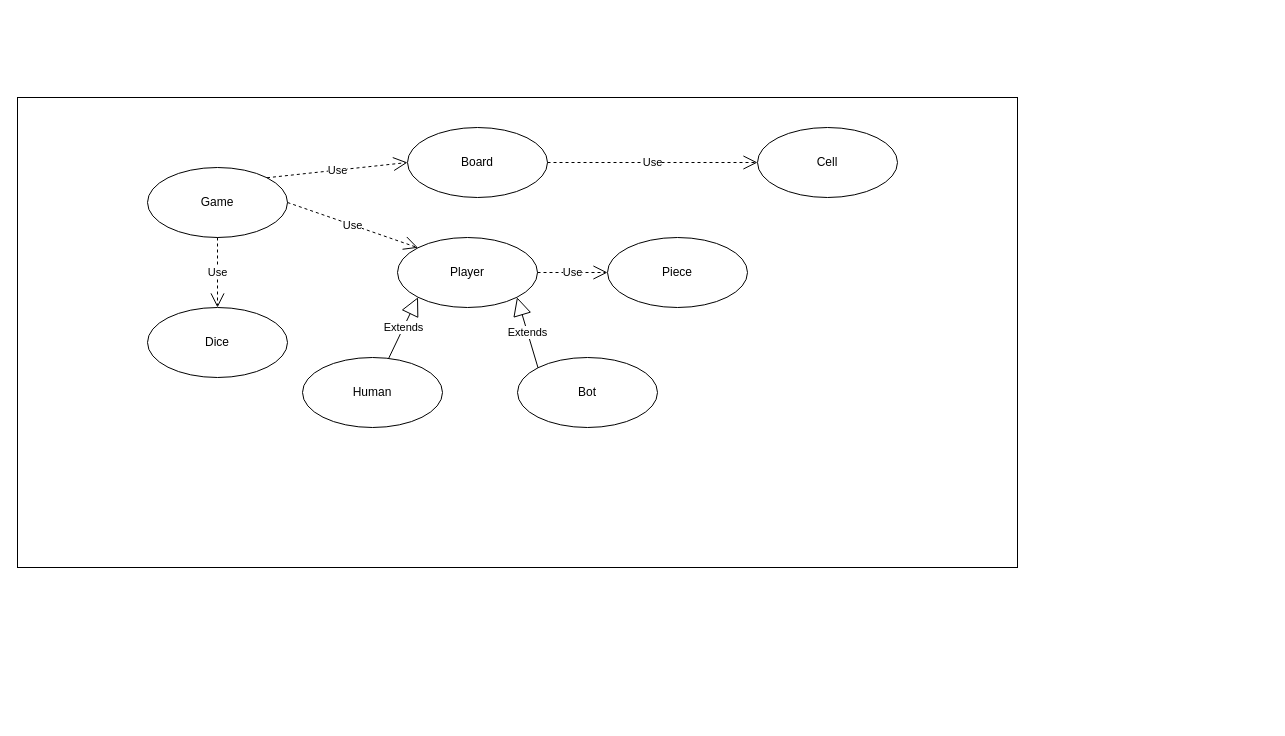
This is SnakeAndLadder.drawio from aktomer06/Draw.io, a draw.io file, before an edit. Source tidied: cells renumbered, new cells numbered last; positions are measured from the earlier drawing's top-left corner, leaving out a move shared by most shapes. Both pictures are drawn from the tidied source at 100%, with x=0, y=0 at pixel (17, 97).
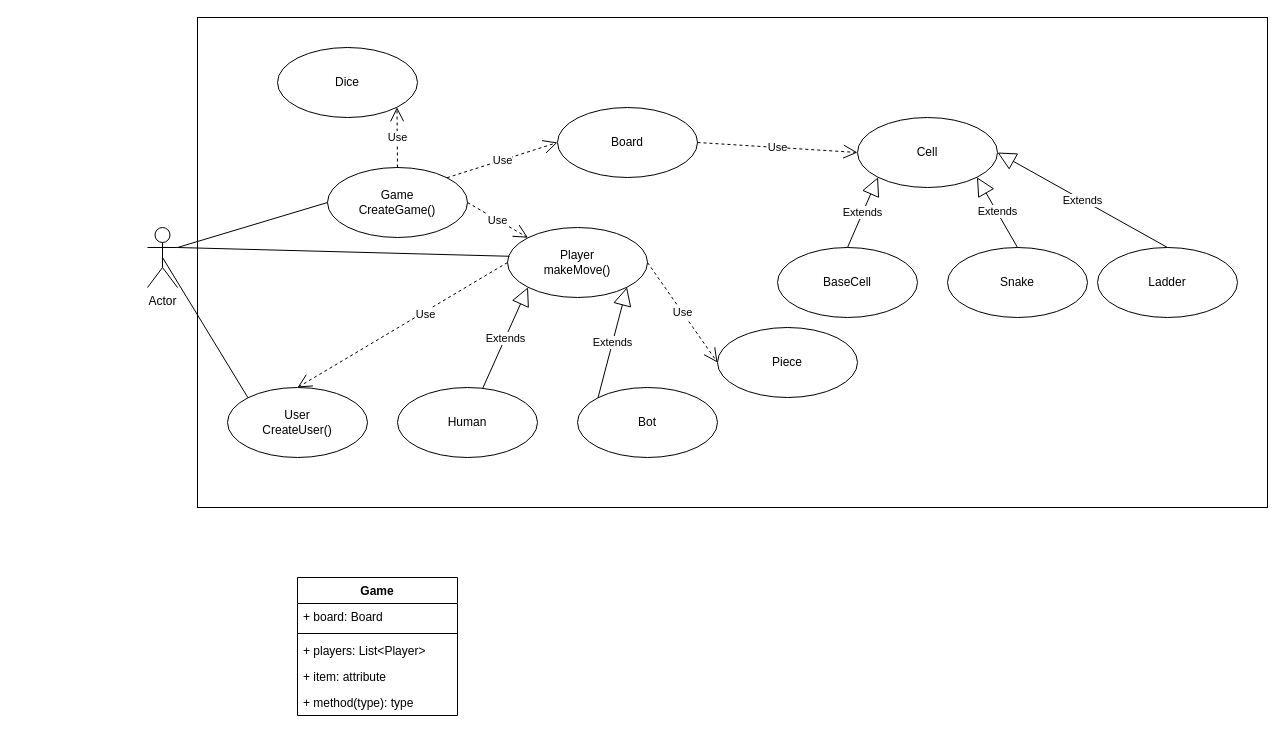
After the change.

The edit, as a diff of the source:
```diff
@@
     <mxCell id="2" style="rounded=0;whiteSpace=wrap;html=1;" parent="1" vertex="1">
-      <mxGeometry width="1000" height="470" as="geometry" />
+      <mxGeometry x="180" y="-80" width="1070" height="490" as="geometry" />
     </mxCell>
-    <mxCell id="3" value="Player" style="ellipse;whiteSpace=wrap;html=1;" parent="1" vertex="1">
-      <mxGeometry x="380" y="140" width="140" height="70" as="geometry" />
+    <mxCell id="3" value="Player&lt;div&gt;makeMove()&lt;/div&gt;" style="ellipse;whiteSpace=wrap;html=1;" parent="1" vertex="1">
+      <mxGeometry x="490" y="130" width="140" height="70" as="geometry" />
     </mxCell>
     <mxCell id="4" value="Board" style="ellipse;whiteSpace=wrap;html=1;" parent="1" vertex="1">
-      <mxGeometry x="390" y="30" width="140" height="70" as="geometry" />
+      <mxGeometry x="540" y="10" width="140" height="70" as="geometry" />
     </mxCell>
-    <mxCell id="5" value="Game" style="ellipse;whiteSpace=wrap;html=1;" parent="1" vertex="1">
-      <mxGeometry x="130" y="70" width="140" height="70" as="geometry" />
+    <mxCell id="5" value="Game&lt;div&gt;CreateGame()&lt;/div&gt;" style="ellipse;whiteSpace=wrap;html=1;" parent="1" vertex="1">
+      <mxGeometry x="310" y="70" width="140" height="70" as="geometry" />
     </mxCell>
     <mxCell id="6" value="Bot" style="ellipse;whiteSpace=wrap;html=1;" parent="1" vertex="1">
-      <mxGeometry x="500" y="260" width="140" height="70" as="geometry" />
+      <mxGeometry x="560" y="290" width="140" height="70" as="geometry" />
     </mxCell>
@@
-    <mxCell id="10" style="endArrow=open;endSize=12;dashed=1;html=1;rounded=0;" parent="1" edge="1" target="11">
-      <mxGeometry relative="1" as="geometry">
-        <mxPoint x="340" y="270" as="sourcePoint" />
-      </mxGeometry>
+    <mxCell id="10" style="endArrow=open;endSize=12;dashed=1;html=1;rounded=0;exitX=0;exitY=0.5;exitDx=0;exitDy=0;entryX=0.5;entryY=0;entryDx=0;entryDy=0;" parent="1" edge="1" source="3" target="27">
+      <mxGeometry relative="1" as="geometry" />
     </mxCell>
+    <mxCell id="19" value="Use" style="edgeLabel;html=1;align=center;verticalAlign=middle;" parent="10" vertex="1">
+      <mxGeometry x="-0.21" y="2" relative="1" as="geometry" />
+    </mxCell>
     <mxCell id="11" value="Human" style="ellipse;whiteSpace=wrap;html=1;" parent="1" vertex="1">
-      <mxGeometry x="285" y="260" width="140" height="70" as="geometry" />
+      <mxGeometry x="380" y="290" width="140" height="70" as="geometry" />
     </mxCell>
@@
     <mxCell id="13" value="Dice" style="ellipse;whiteSpace=wrap;html=1;" parent="1" vertex="1">
-      <mxGeometry x="130" y="210" width="140" height="70" as="geometry" />
+      <mxGeometry x="260" y="-50" width="140" height="70" as="geometry" />
     </mxCell>
-    <mxCell id="14" value="Use" style="endArrow=open;endSize=12;dashed=1;html=1;rounded=0;entryX=0.5;entryY=0;entryDx=0;entryDy=0;exitX=0.5;exitY=1;exitDx=0;exitDy=0;" parent="1" edge="1" source="5" target="13">
+    <mxCell id="14" value="Use" style="endArrow=open;endSize=12;dashed=1;html=1;rounded=0;entryX=1;entryY=1;entryDx=0;entryDy=0;exitX=0.5;exitY=0;exitDx=0;exitDy=0;" parent="1" edge="1" source="5" target="13">
       <mxGeometry relative="1" as="geometry" />
     </mxCell>
     <mxCell id="15" value="Piece" style="ellipse;whiteSpace=wrap;html=1;" parent="1" vertex="1">
-      <mxGeometry x="590" y="140" width="140" height="70" as="geometry" />
+      <mxGeometry x="700" y="230" width="140" height="70" as="geometry" />
     </mxCell>
@@
     <mxCell id="17" value="Cell" style="ellipse;whiteSpace=wrap;html=1;" parent="1" vertex="1">
-      <mxGeometry x="740" y="30" width="140" height="70" as="geometry" />
+      <mxGeometry x="840" y="20" width="140" height="70" as="geometry" />
     </mxCell>
@@
+    <mxCell id="20" value="BaseCell" style="ellipse;whiteSpace=wrap;html=1;" parent="1" vertex="1">
+      <mxGeometry x="760" y="150" width="140" height="70" as="geometry" />
+    </mxCell>
+    <mxCell id="21" value="Snake" style="ellipse;whiteSpace=wrap;html=1;" parent="1" vertex="1">
+      <mxGeometry x="930" y="150" width="140" height="70" as="geometry" />
+    </mxCell>
+    <mxCell id="22" value="Extends" style="endArrow=block;endSize=16;endFill=0;html=1;rounded=0;entryX=0;entryY=1;entryDx=0;entryDy=0;exitX=0.5;exitY=0;exitDx=0;exitDy=0;" parent="1" edge="1" source="20" target="17">
+      <mxGeometry relative="1" as="geometry" />
+    </mxCell>
+    <mxCell id="23" value="Extends" style="endArrow=block;endSize=16;endFill=0;html=1;rounded=0;entryX=1;entryY=1;entryDx=0;entryDy=0;exitX=0.5;exitY=0;exitDx=0;exitDy=0;" parent="1" edge="1" source="21" target="17">
+      <mxGeometry relative="1" as="geometry" />
+    </mxCell>
+    <mxCell id="24" value="Ladder" style="ellipse;whiteSpace=wrap;html=1;" parent="1" vertex="1">
+      <mxGeometry x="1080" y="150" width="140" height="70" as="geometry" />
+    </mxCell>
+    <mxCell id="25" value="Extends" style="endArrow=block;endSize=16;endFill=0;html=1;rounded=0;entryX=1;entryY=0.5;entryDx=0;entryDy=0;exitX=0.5;exitY=0;exitDx=0;exitDy=0;" parent="1" edge="1" source="24" target="17">
+      <mxGeometry relative="1" as="geometry" />
+    </mxCell>
+    <mxCell id="26" value="Actor" style="shape=umlActor;verticalLabelPosition=bottom;verticalAlign=top;html=1;" parent="1" vertex="1">
+      <mxGeometry x="130" y="130" width="30" height="60" as="geometry" />
+    </mxCell>
+    <mxCell id="27" value="User&lt;div&gt;CreateUser()&lt;/div&gt;" style="ellipse;whiteSpace=wrap;html=1;" parent="1" vertex="1">
+      <mxGeometry x="210" y="290" width="140" height="70" as="geometry" />
+    </mxCell>
+    <mxCell id="28" style="endArrow=none;html=1;rounded=0;exitX=1;exitY=0.3333333333333333;exitDx=0;exitDy=0;exitPerimeter=0;entryX=0;entryY=0.5;entryDx=0;entryDy=0;" parent="1" edge="1" source="26" target="5">
+      <mxGeometry relative="1" as="geometry" />
+    </mxCell>
+    <mxCell id="29" style="endArrow=none;html=1;rounded=0;exitX=0.5;exitY=0.5;exitDx=0;exitDy=0;exitPerimeter=0;entryX=0;entryY=0;entryDx=0;entryDy=0;" parent="1" edge="1" source="26" target="27">
+      <mxGeometry relative="1" as="geometry" />
+    </mxCell>
+    <mxCell id="30" style="endArrow=none;html=1;rounded=0;exitX=1;exitY=0.3333333333333333;exitDx=0;exitDy=0;exitPerimeter=0;entryX=0.014;entryY=0.411;entryDx=0;entryDy=0;entryPerimeter=0;" parent="1" edge="1" source="26" target="3">
+      <mxGeometry relative="1" as="geometry" />
+    </mxCell>
+    <mxCell id="31" value="Game" style="swimlane;fontStyle=1;align=center;verticalAlign=top;horizontal=1;startSize=26;whiteSpace=wrap;html=1;" parent="1" vertex="1">
+      <mxGeometry x="280" y="480" width="160" height="138" as="geometry" />
+    </mxCell>
+    <mxCell id="32" value="+ board: Board" style="text;strokeColor=none;fillColor=none;align=left;verticalAlign=top;spacingLeft=4;spacingRight=4;overflow=hidden;whiteSpace=wrap;html=1;" parent="31" vertex="1">
+      <mxGeometry y="26" width="160" height="26" as="geometry" />
+    </mxCell>
+    <mxCell id="33" style="line;strokeWidth=1;fillColor=none;align=left;verticalAlign=middle;spacingTop=-1;spacingLeft=3;spacingRight=3;labelPosition=right;strokeColor=inherit;" parent="31" vertex="1">
+      <mxGeometry y="52" width="160" height="8" as="geometry" />
+    </mxCell>
+    <mxCell id="34" value="+ players: List&amp;lt;Player&amp;gt;" style="text;strokeColor=none;fillColor=none;align=left;verticalAlign=top;spacingLeft=4;spacingRight=4;overflow=hidden;whiteSpace=wrap;html=1;" parent="31" vertex="1">
+      <mxGeometry y="60" width="160" height="26" as="geometry" />
+    </mxCell>
+    <mxCell id="35" value="+ item: attribute" style="text;strokeColor=none;fillColor=none;align=left;verticalAlign=top;spacingLeft=4;spacingRight=4;overflow=hidden;whiteSpace=wrap;html=1;" parent="31" vertex="1">
+      <mxGeometry y="86" width="160" height="26" as="geometry" />
+    </mxCell>
+    <mxCell id="36" value="+ method(type): type" style="text;strokeColor=none;fillColor=none;align=left;verticalAlign=top;spacingLeft=4;spacingRight=4;overflow=hidden;whiteSpace=wrap;html=1;" parent="31" vertex="1">
+      <mxGeometry y="112" width="160" height="26" as="geometry" />
+    </mxCell>
```
